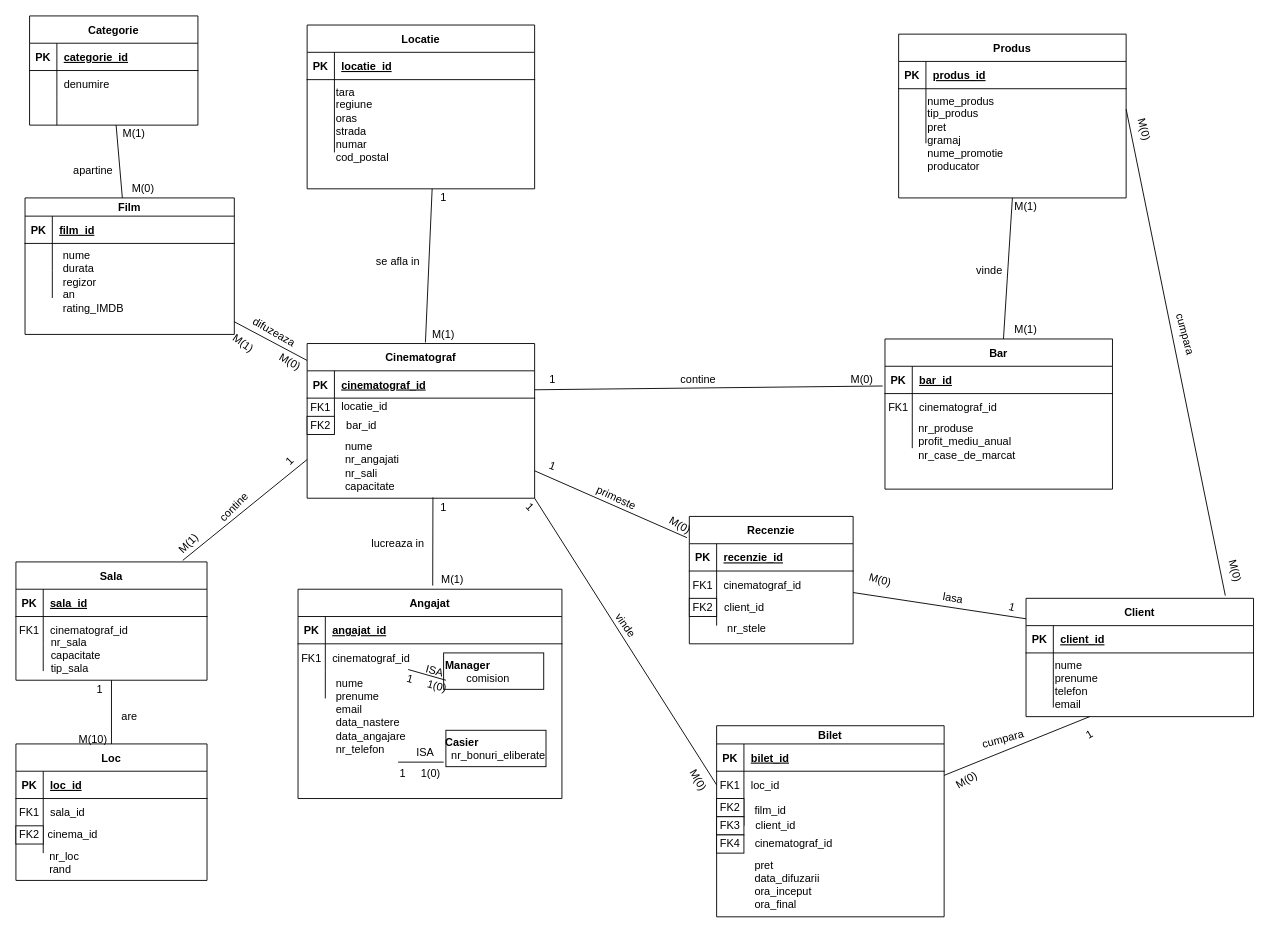
Above: Databases/Project/BucharestCinemas.drawio in Swizop/uni-work (draw.io), before the change. Source tidied: cells renumbered, new cells numbered last; positions are measured from the earlier drawing's top-left corner, leaving out a move shared by most shapes. Both pictures are drawn from the tidied source at 91%, with x=0, y=0 at pixel (15, 15).
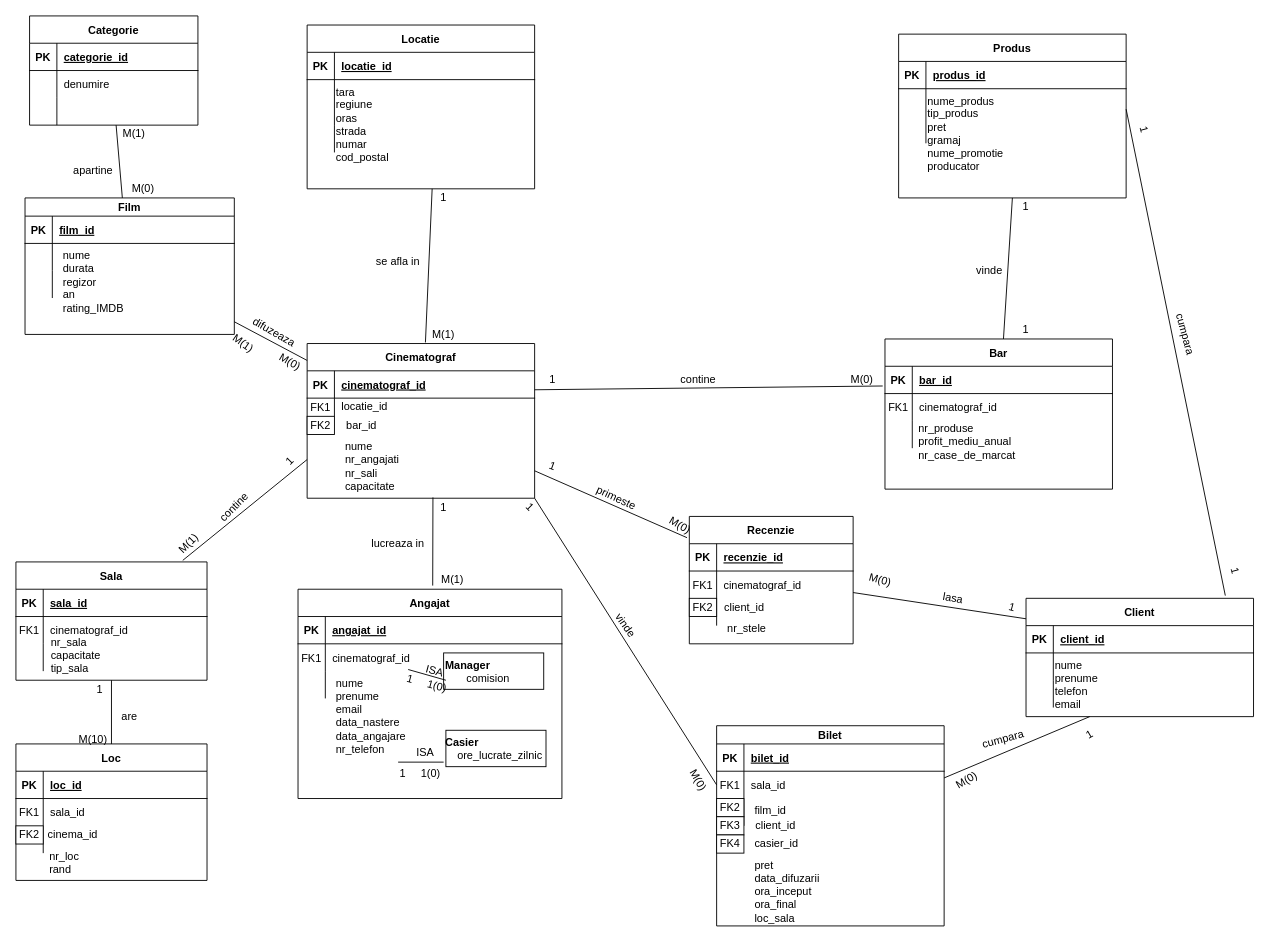
Above is the later version.

Unchanged cells that the change refers to:
```xml
<mxCell id="57" style="shape=partialRectangle;fillColor=none;points=[[0,0.5],[1,0.5]];portConstraint=eastwest;top=0;left=0;right=0;bottom=0;" parent="53" vertex="1">
  <mxGeometry y="50" width="250" height="30" as="geometry" />
</mxCell>
```

Diff of the diagram source:
```diff
@@
     <mxCell id="53" value="Bilet" style="shape=table;startSize=20;childLayout=tableLayout;rowLines=0;fontStyle=1;align=center;" parent="1" vertex="1">
-      <mxGeometry x="770" y="780" width="250" height="210" as="geometry" />
+      <mxGeometry x="770" y="780" width="250" height="220" as="geometry" />
     </mxCell>
@@
-    <mxCell id="59" value="loc_id" style="shape=partialRectangle;overflow=hidden;fillColor=none;top=0;left=0;bottom=0;right=0;align=left;spacingLeft=6;" parent="57" vertex="1">
+    <mxCell id="59" value="sala_id" style="shape=partialRectangle;overflow=hidden;fillColor=none;top=0;left=0;bottom=0;right=0;align=left;spacingLeft=6;" parent="57" vertex="1">
       <mxGeometry x="30" width="220" height="30" as="geometry" />
     </mxCell>
@@
-    <mxCell id="66" value="M(1)" style="text;html=1;strokeColor=none;fillColor=none;align=center;verticalAlign=middle;whiteSpace=wrap;rounded=0;" parent="1" vertex="1">
+    <mxCell id="66" value="1" style="text;html=1;strokeColor=none;fillColor=none;align=center;verticalAlign=middle;whiteSpace=wrap;rounded=0;" parent="1" vertex="1">
       <mxGeometry x="1090" y="200" width="40" height="20" as="geometry" />
     </mxCell>
-    <mxCell id="67" value="M(1)" style="text;html=1;strokeColor=none;fillColor=none;align=center;verticalAlign=middle;whiteSpace=wrap;rounded=0;" parent="1" vertex="1">
+    <mxCell id="67" value="1" style="text;html=1;strokeColor=none;fillColor=none;align=center;verticalAlign=middle;whiteSpace=wrap;rounded=0;" parent="1" vertex="1">
       <mxGeometry x="1090" y="335" width="40" height="20" as="geometry" />
     </mxCell>
@@
-    <mxCell id="84" value="Casier&lt;br&gt;&lt;span style=&quot;font-weight: normal&quot;&gt;&amp;nbsp; nr_bonuri_eliberate&lt;/span&gt;" style="text;html=1;strokeColor=none;fillColor=none;align=left;verticalAlign=top;whiteSpace=wrap;rounded=0;fontStyle=1;" parent="1" vertex="1">
+    <mxCell id="84" value="Casier&lt;br&gt;&amp;nbsp; &amp;nbsp; &lt;span style=&quot;font-weight: normal&quot;&gt;ore_lucrate_zilnic&lt;/span&gt;" style="text;html=1;strokeColor=none;fillColor=none;align=left;verticalAlign=top;whiteSpace=wrap;rounded=0;fontStyle=1;" parent="1" vertex="1">
       <mxGeometry x="470" y="785" width="117.5" height="35" as="geometry" />
     </mxCell>
@@
-    <mxCell id="106" value="M(0)" style="text;html=1;strokeColor=none;fillColor=none;align=center;verticalAlign=middle;whiteSpace=wrap;rounded=0;rotation=75;" parent="1" vertex="1">
+    <mxCell id="106" value="1" style="text;html=1;strokeColor=none;fillColor=none;align=center;verticalAlign=middle;whiteSpace=wrap;rounded=0;rotation=75;" parent="1" vertex="1">
       <mxGeometry x="1220" y="115" width="40" height="20" as="geometry" />
     </mxCell>
-    <mxCell id="107" value="M(0)" style="text;html=1;strokeColor=none;fillColor=none;align=center;verticalAlign=middle;whiteSpace=wrap;rounded=0;rotation=75;" parent="1" vertex="1">
+    <mxCell id="107" value="1" style="text;html=1;strokeColor=none;fillColor=none;align=center;verticalAlign=middle;whiteSpace=wrap;rounded=0;rotation=75;" parent="1" vertex="1">
       <mxGeometry x="1320" y="600" width="40" height="20" as="geometry" />
     </mxCell>
@@
-    <mxCell id="181" value="cinematograf_id" style="text;html=1;strokeColor=none;fillColor=none;align=center;verticalAlign=middle;whiteSpace=wrap;rounded=0;" parent="1" vertex="1">
+    <mxCell id="181" value="casier_id" style="text;html=1;strokeColor=none;fillColor=none;align=left;verticalAlign=middle;whiteSpace=wrap;rounded=0;" parent="1" vertex="1">
       <mxGeometry x="810" y="900" width="90" height="20" as="geometry" />
     </mxCell>
@@
+    <mxCell id="205" value="&lt;br&gt;&lt;br&gt;&lt;br&gt;&lt;br&gt;loc_sala" style="text;html=1;strokeColor=none;fillColor=none;align=left;verticalAlign=top;whiteSpace=wrap;rounded=0;" parent="1" vertex="1">
+      <mxGeometry x="810" y="920" width="210" height="80" as="geometry" />
+    </mxCell>
```
